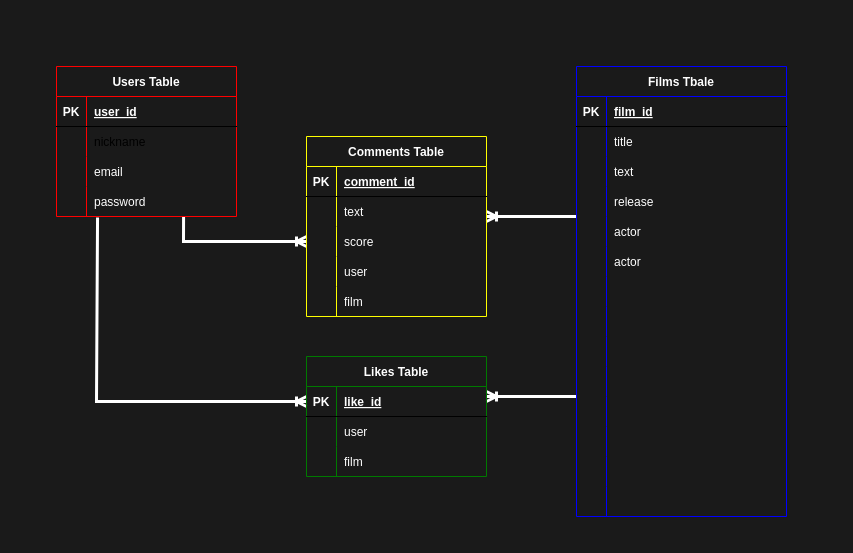
Before: cineholic.dio in kako05/cineholic, a draw.io diagram. Source tidied: cells renumbered, new cells numbered last; positions are measured from the earlier drawing's top-left corner, leaving out a move shared by most shapes. Both pictures are drawn from the tidied source at 100%, with x=0, y=0 at pixel (16, 16).
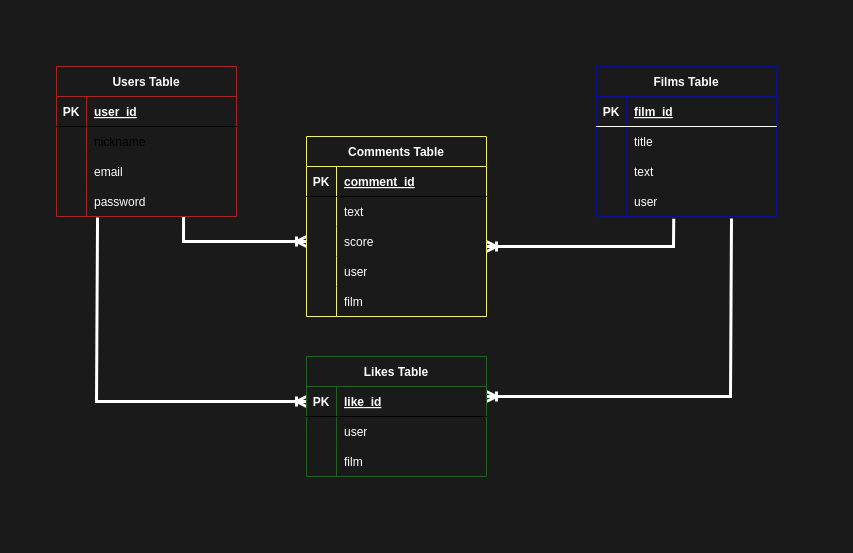
After the change.

Commit message (it also covers changes not shown here):
ER図/README編集

The edit, as a diff of the source:
```diff
@@
-    <mxCell id="6" style="endArrow=none;html=1;rounded=0;strokeColor=#FFFFFF;strokeWidth=3;startArrow=ERoneToMany;startFill=0;" parent="1" edge="1">
+    <mxCell id="6" style="endArrow=none;html=1;rounded=0;strokeColor=#FFFFFF;strokeWidth=3;startArrow=ERoneToMany;startFill=0;entryX=0.429;entryY=1.077;entryDx=0;entryDy=0;entryPerimeter=0;" parent="1" edge="1" target="99">
       <mxGeometry relative="1" as="geometry">
-        <mxPoint x="470" y="200" as="sourcePoint" />
-        <mxPoint x="560" y="200" as="targetPoint" />
+        <mxPoint x="470" y="230" as="sourcePoint" />
+        <Array as="points">
+          <mxPoint x="590" y="230" />
+          <mxPoint x="657" y="230" />
+        </Array>
       </mxGeometry>
     </mxCell>
-    <mxCell id="7" style="endArrow=none;html=1;rounded=0;strokeColor=#FFFFFF;strokeWidth=3;startArrow=ERoneToMany;startFill=0;" parent="1" edge="1">
+    <mxCell id="7" style="endArrow=none;html=1;rounded=0;strokeColor=#FFFFFF;strokeWidth=3;startArrow=ERoneToMany;startFill=0;entryX=0.75;entryY=1.067;entryDx=0;entryDy=0;entryPerimeter=0;" parent="1" edge="1" target="99">
       <mxGeometry relative="1" as="geometry">
         <mxPoint x="470" y="380" as="sourcePoint" />
-        <mxPoint x="560" y="380" as="targetPoint" />
+        <Array as="points">
+          <mxPoint x="714" y="380" />
+        </Array>
       </mxGeometry>
     </mxCell>
@@
-    <mxCell id="40" value="Films Tbale" style="shape=table;startSize=30;childLayout=tableLayout;rowLines=0;fontStyle=1;align=center;strokeColor=#0000FF;swimlaneFillColor=none;fillColor=none;fontColor=#FFFFFF;" parent="1" vertex="1">
-      <mxGeometry x="560" y="50" width="210" height="450" as="geometry" />
-    </mxCell>
-    <mxCell id="41" style="shape=tableRow;horizontal=0;startSize=0;swimlaneHead=0;swimlaneBody=0;fillColor=none;top=0;left=0;right=0;bottom=1;" parent="40" vertex="1">
-      <mxGeometry y="30" width="210" height="30" as="geometry" />
-    </mxCell>
-    <mxCell id="42" value="PK" style="shape=partialRectangle;fillColor=none;top=0;left=0;bottom=0;right=0;fontStyle=1;overflow=hidden;fontColor=#FFFFFF;" parent="41" vertex="1">
-      <mxGeometry width="30" height="30" as="geometry" />
-    </mxCell>
-    <mxCell id="43" value="film_id" style="shape=partialRectangle;fillColor=none;top=0;left=0;bottom=0;right=0;align=left;spacingLeft=6;fontStyle=5;overflow=hidden;fontColor=#FFFFFF;" parent="41" vertex="1">
-      <mxGeometry x="30" width="180" height="30" as="geometry" />
-    </mxCell>
-    <mxCell id="44" style="shape=tableRow;horizontal=0;startSize=0;swimlaneHead=0;swimlaneBody=0;fillColor=none;top=0;left=0;right=0;bottom=0;" parent="40" vertex="1">
-      <mxGeometry y="60" width="210" height="30" as="geometry" />
-    </mxCell>
-    <mxCell id="45" style="shape=partialRectangle;fillColor=none;top=0;left=0;bottom=0;right=0;overflow=hidden;" parent="44" vertex="1">
-      <mxGeometry width="30" height="30" as="geometry" />
-    </mxCell>
-    <mxCell id="46" value="title" style="shape=partialRectangle;fillColor=none;top=0;left=0;bottom=0;right=0;align=left;spacingLeft=6;overflow=hidden;fontColor=#FFFFFF;" parent="44" vertex="1">
-      <mxGeometry x="30" width="180" height="30" as="geometry" />
-    </mxCell>
-    <mxCell id="47" style="shape=tableRow;horizontal=0;startSize=0;swimlaneHead=0;swimlaneBody=0;fillColor=none;top=0;left=0;right=0;bottom=0;" parent="40" vertex="1">
-      <mxGeometry y="90" width="210" height="30" as="geometry" />
-    </mxCell>
-    <mxCell id="48" style="shape=partialRectangle;fillColor=none;top=0;left=0;bottom=0;right=0;overflow=hidden;" parent="47" vertex="1">
-      <mxGeometry width="30" height="30" as="geometry" />
-    </mxCell>
-    <mxCell id="49" value="text" style="shape=partialRectangle;fillColor=none;top=0;left=0;bottom=0;right=0;align=left;spacingLeft=6;overflow=hidden;fontColor=#FFFFFF;" parent="47" vertex="1">
-      <mxGeometry x="30" width="180" height="30" as="geometry" />
-    </mxCell>
-    <mxCell id="50" style="shape=tableRow;horizontal=0;startSize=0;swimlaneHead=0;swimlaneBody=0;fillColor=none;top=0;left=0;right=0;bottom=0;" parent="40" vertex="1">
-      <mxGeometry y="120" width="210" height="30" as="geometry" />
-    </mxCell>
-    <mxCell id="51" style="shape=partialRectangle;fillColor=none;top=0;left=0;bottom=0;right=0;overflow=hidden;" parent="50" vertex="1">
-      <mxGeometry width="30" height="30" as="geometry" />
-    </mxCell>
-    <mxCell id="52" value="release" style="shape=partialRectangle;fillColor=none;top=0;left=0;bottom=0;right=0;align=left;spacingLeft=6;overflow=hidden;fontColor=#FFFFFF;" parent="50" vertex="1">
-      <mxGeometry x="30" width="180" height="30" as="geometry" />
-    </mxCell>
-    <mxCell id="53" style="shape=tableRow;horizontal=0;startSize=0;swimlaneHead=0;swimlaneBody=0;fillColor=none;top=0;left=0;right=0;bottom=0;" parent="40" vertex="1">
-      <mxGeometry y="150" width="210" height="30" as="geometry" />
-    </mxCell>
-    <mxCell id="54" style="shape=partialRectangle;fillColor=none;top=0;left=0;bottom=0;right=0;overflow=hidden;" parent="53" vertex="1">
-      <mxGeometry width="30" height="30" as="geometry" />
-    </mxCell>
-    <mxCell id="55" value="actor" style="shape=partialRectangle;fillColor=none;top=0;left=0;bottom=0;right=0;align=left;spacingLeft=6;overflow=hidden;fontColor=#FFFFFF;" parent="53" vertex="1">
-      <mxGeometry x="30" width="180" height="30" as="geometry" />
-    </mxCell>
-    <mxCell id="56" style="shape=tableRow;horizontal=0;startSize=0;swimlaneHead=0;swimlaneBody=0;fillColor=none;top=0;left=0;right=0;bottom=0;" parent="40" vertex="1">
-      <mxGeometry y="180" width="210" height="30" as="geometry" />
-    </mxCell>
-    <mxCell id="57" style="shape=partialRectangle;fillColor=none;top=0;left=0;bottom=0;right=0;overflow=hidden;" parent="56" vertex="1">
-      <mxGeometry width="30" height="30" as="geometry" />
-    </mxCell>
-    <mxCell id="58" value="actor" style="shape=partialRectangle;fillColor=none;top=0;left=0;bottom=0;right=0;align=left;spacingLeft=6;overflow=hidden;fontColor=#FFFFFF;" parent="56" vertex="1">
-      <mxGeometry x="30" width="180" height="30" as="geometry" />
-    </mxCell>
-    <mxCell id="59" style="shape=tableRow;horizontal=0;startSize=0;swimlaneHead=0;swimlaneBody=0;fillColor=none;top=0;left=0;right=0;bottom=0;" parent="40" vertex="1">
-      <mxGeometry y="210" width="210" height="30" as="geometry" />
-    </mxCell>
-    <mxCell id="60" style="shape=partialRectangle;fillColor=none;top=0;left=0;bottom=0;right=0;overflow=hidden;" parent="59" vertex="1">
-      <mxGeometry width="30" height="30" as="geometry" />
-    </mxCell>
-    <mxCell id="61" style="shape=partialRectangle;fillColor=none;top=0;left=0;bottom=0;right=0;align=left;spacingLeft=6;overflow=hidden;" parent="59" vertex="1">
-      <mxGeometry x="30" width="180" height="30" as="geometry" />
-    </mxCell>
-    <mxCell id="62" style="shape=tableRow;horizontal=0;startSize=0;swimlaneHead=0;swimlaneBody=0;fillColor=none;top=0;left=0;right=0;bottom=0;" parent="40" vertex="1">
-      <mxGeometry y="240" width="210" height="30" as="geometry" />
-    </mxCell>
-    <mxCell id="63" style="shape=partialRectangle;fillColor=none;top=0;left=0;bottom=0;right=0;overflow=hidden;" parent="62" vertex="1">
-      <mxGeometry width="30" height="30" as="geometry" />
-    </mxCell>
-    <mxCell id="64" style="shape=partialRectangle;fillColor=none;top=0;left=0;bottom=0;right=0;align=left;spacingLeft=6;overflow=hidden;" parent="62" vertex="1">
-      <mxGeometry x="30" width="180" height="30" as="geometry" />
-    </mxCell>
-    <mxCell id="65" style="shape=tableRow;horizontal=0;startSize=0;swimlaneHead=0;swimlaneBody=0;fillColor=none;top=0;left=0;right=0;bottom=0;" parent="40" vertex="1">
-      <mxGeometry y="270" width="210" height="30" as="geometry" />
-    </mxCell>
-    <mxCell id="66" style="shape=partialRectangle;fillColor=none;top=0;left=0;bottom=0;right=0;overflow=hidden;" parent="65" vertex="1">
-      <mxGeometry width="30" height="30" as="geometry" />
-    </mxCell>
-    <mxCell id="67" style="shape=partialRectangle;fillColor=none;top=0;left=0;bottom=0;right=0;align=left;spacingLeft=6;overflow=hidden;" parent="65" vertex="1">
-      <mxGeometry x="30" width="180" height="30" as="geometry" />
-    </mxCell>
-    <mxCell id="68" style="shape=tableRow;horizontal=0;startSize=0;swimlaneHead=0;swimlaneBody=0;fillColor=none;top=0;left=0;right=0;bottom=0;" parent="40" vertex="1">
-      <mxGeometry y="300" width="210" height="30" as="geometry" />
-    </mxCell>
-    <mxCell id="69" style="shape=partialRectangle;fillColor=none;top=0;left=0;bottom=0;right=0;overflow=hidden;" parent="68" vertex="1">
-      <mxGeometry width="30" height="30" as="geometry" />
-    </mxCell>
-    <mxCell id="70" style="shape=partialRectangle;fillColor=none;top=0;left=0;bottom=0;right=0;align=left;spacingLeft=6;overflow=hidden;" parent="68" vertex="1">
-      <mxGeometry x="30" width="180" height="30" as="geometry" />
-    </mxCell>
-    <mxCell id="71" style="shape=tableRow;horizontal=0;startSize=0;swimlaneHead=0;swimlaneBody=0;fillColor=none;top=0;left=0;right=0;bottom=0;" parent="40" vertex="1">
-      <mxGeometry y="330" width="210" height="30" as="geometry" />
-    </mxCell>
-    <mxCell id="72" style="shape=partialRectangle;fillColor=none;top=0;left=0;bottom=0;right=0;overflow=hidden;" parent="71" vertex="1">
-      <mxGeometry width="30" height="30" as="geometry" />
-    </mxCell>
-    <mxCell id="73" style="shape=partialRectangle;fillColor=none;top=0;left=0;bottom=0;right=0;align=left;spacingLeft=6;overflow=hidden;" parent="71" vertex="1">
-      <mxGeometry x="30" width="180" height="30" as="geometry" />
-    </mxCell>
-    <mxCell id="74" style="shape=tableRow;horizontal=0;startSize=0;swimlaneHead=0;swimlaneBody=0;fillColor=none;top=0;left=0;right=0;bottom=0;" parent="40" vertex="1">
-      <mxGeometry y="360" width="210" height="30" as="geometry" />
-    </mxCell>
-    <mxCell id="75" style="shape=partialRectangle;fillColor=none;top=0;left=0;bottom=0;right=0;overflow=hidden;" parent="74" vertex="1">
-      <mxGeometry width="30" height="30" as="geometry" />
-    </mxCell>
-    <mxCell id="76" style="shape=partialRectangle;fillColor=none;top=0;left=0;bottom=0;right=0;align=left;spacingLeft=6;overflow=hidden;" parent="74" vertex="1">
-      <mxGeometry x="30" width="180" height="30" as="geometry" />
-    </mxCell>
-    <mxCell id="77" style="shape=tableRow;horizontal=0;startSize=0;swimlaneHead=0;swimlaneBody=0;fillColor=none;top=0;left=0;right=0;bottom=0;" parent="40" vertex="1">
-      <mxGeometry y="390" width="210" height="30" as="geometry" />
-    </mxCell>
-    <mxCell id="78" style="shape=partialRectangle;fillColor=none;top=0;left=0;bottom=0;right=0;overflow=hidden;" parent="77" vertex="1">
-      <mxGeometry width="30" height="30" as="geometry" />
-    </mxCell>
-    <mxCell id="79" style="shape=partialRectangle;fillColor=none;top=0;left=0;bottom=0;right=0;align=left;spacingLeft=6;overflow=hidden;" parent="77" vertex="1">
-      <mxGeometry x="30" width="180" height="30" as="geometry" />
-    </mxCell>
-    <mxCell id="80" style="shape=tableRow;horizontal=0;startSize=0;swimlaneHead=0;swimlaneBody=0;fillColor=none;top=0;left=0;right=0;bottom=0;" parent="40" vertex="1">
-      <mxGeometry y="420" width="210" height="30" as="geometry" />
-    </mxCell>
-    <mxCell id="81" style="shape=partialRectangle;fillColor=none;top=0;left=0;bottom=0;right=0;overflow=hidden;" parent="80" vertex="1">
-      <mxGeometry width="30" height="30" as="geometry" />
-    </mxCell>
-    <mxCell id="82" style="shape=partialRectangle;fillColor=none;top=0;left=0;bottom=0;right=0;align=left;spacingLeft=6;overflow=hidden;" parent="80" vertex="1">
-      <mxGeometry x="30" width="180" height="30" as="geometry" />
-    </mxCell>
@@
+    <mxCell id="93" value="Films Table" style="shape=table;startSize=30;childLayout=tableLayout;rowLines=0;fontStyle=1;align=center;labelBackgroundColor=none;labelBorderColor=none;strokeColor=#0000FF;fontColor=#FFFFFF;fillColor=none;" parent="1" vertex="1">
+      <mxGeometry x="580" y="50" width="180" height="150" as="geometry" />
+    </mxCell>
+    <mxCell id="94" style="shape=tableRow;horizontal=0;startSize=0;swimlaneHead=0;swimlaneBody=0;fillColor=none;top=0;left=0;right=0;bottom=1;labelBackgroundColor=none;labelBorderColor=none;strokeColor=#FFFFFF;fontColor=#FFFFFF;" parent="93" vertex="1">
+      <mxGeometry y="30" width="180" height="30" as="geometry" />
+    </mxCell>
+    <mxCell id="42" value="PK" style="shape=partialRectangle;fillColor=none;top=0;left=0;bottom=0;right=0;fontStyle=1;overflow=hidden;labelBackgroundColor=none;labelBorderColor=none;strokeColor=#FFFFFF;fontColor=#FFFFFF;" parent="94" vertex="1">
+      <mxGeometry width="30" height="30" as="geometry" />
+    </mxCell>
+    <mxCell id="43" value="film_id" style="shape=partialRectangle;fillColor=none;top=0;left=0;bottom=0;right=0;align=left;spacingLeft=6;fontStyle=5;overflow=hidden;labelBackgroundColor=none;labelBorderColor=none;strokeColor=#FFFFFF;fontColor=#FFFFFF;" parent="94" vertex="1">
+      <mxGeometry x="30" width="150" height="30" as="geometry" />
+    </mxCell>
+    <mxCell id="95" style="shape=tableRow;horizontal=0;startSize=0;swimlaneHead=0;swimlaneBody=0;fillColor=none;top=0;left=0;right=0;bottom=0;labelBackgroundColor=none;labelBorderColor=none;strokeColor=#FFFFFF;fontColor=#FFFFFF;" parent="93" vertex="1">
+      <mxGeometry y="60" width="180" height="30" as="geometry" />
+    </mxCell>
+    <mxCell id="96" style="shape=partialRectangle;fillColor=none;top=0;left=0;bottom=0;right=0;overflow=hidden;labelBackgroundColor=none;labelBorderColor=none;strokeColor=#FFFFFF;fontColor=#FFFFFF;" parent="95" vertex="1">
+      <mxGeometry width="30" height="30" as="geometry" />
+    </mxCell>
+    <mxCell id="46" value="title" style="shape=partialRectangle;fillColor=none;top=0;left=0;bottom=0;right=0;align=left;spacingLeft=6;overflow=hidden;labelBackgroundColor=none;labelBorderColor=none;strokeColor=#FFFFFF;fontColor=#FFFFFF;" parent="95" vertex="1">
+      <mxGeometry x="30" width="150" height="30" as="geometry" />
+    </mxCell>
+    <mxCell id="97" style="shape=tableRow;horizontal=0;startSize=0;swimlaneHead=0;swimlaneBody=0;fillColor=none;top=0;left=0;right=0;bottom=0;labelBackgroundColor=none;labelBorderColor=none;strokeColor=#FFFFFF;fontColor=#FFFFFF;" parent="93" vertex="1">
+      <mxGeometry y="90" width="180" height="30" as="geometry" />
+    </mxCell>
+    <mxCell id="98" style="shape=partialRectangle;fillColor=none;top=0;left=0;bottom=0;right=0;overflow=hidden;labelBackgroundColor=none;labelBorderColor=none;strokeColor=#FFFFFF;fontColor=#FFFFFF;" parent="97" vertex="1">
+      <mxGeometry width="30" height="30" as="geometry" />
+    </mxCell>
+    <mxCell id="49" value="text" style="shape=partialRectangle;fillColor=none;top=0;left=0;bottom=0;right=0;align=left;spacingLeft=6;overflow=hidden;labelBackgroundColor=none;labelBorderColor=none;strokeColor=#FFFFFF;fontColor=#FFFFFF;" parent="97" vertex="1">
+      <mxGeometry x="30" width="150" height="30" as="geometry" />
+    </mxCell>
+    <mxCell id="99" style="shape=tableRow;horizontal=0;startSize=0;swimlaneHead=0;swimlaneBody=0;fillColor=none;points=[[0,0.5],[1,0.5]];portConstraint=eastwest;top=0;left=0;right=0;bottom=0;labelBackgroundColor=none;labelBorderColor=none;strokeColor=#FFFFFF;fontColor=#FFFFFF;" parent="93" vertex="1">
+      <mxGeometry y="120" width="180" height="30" as="geometry" />
+    </mxCell>
+    <mxCell id="100" style="shape=partialRectangle;fillColor=none;top=0;left=0;bottom=0;right=0;overflow=hidden;labelBackgroundColor=none;labelBorderColor=none;strokeColor=#FFFFFF;fontColor=#FFFFFF;" parent="99" vertex="1">
+      <mxGeometry width="30" height="30" as="geometry" />
+    </mxCell>
+    <mxCell id="101" value="user" style="shape=partialRectangle;fillColor=none;top=0;left=0;bottom=0;right=0;align=left;spacingLeft=6;overflow=hidden;labelBackgroundColor=none;labelBorderColor=none;strokeColor=#FFFFFF;fontColor=#FFFFFF;" parent="99" vertex="1">
+      <mxGeometry x="30" width="150" height="30" as="geometry" />
+    </mxCell>
```
